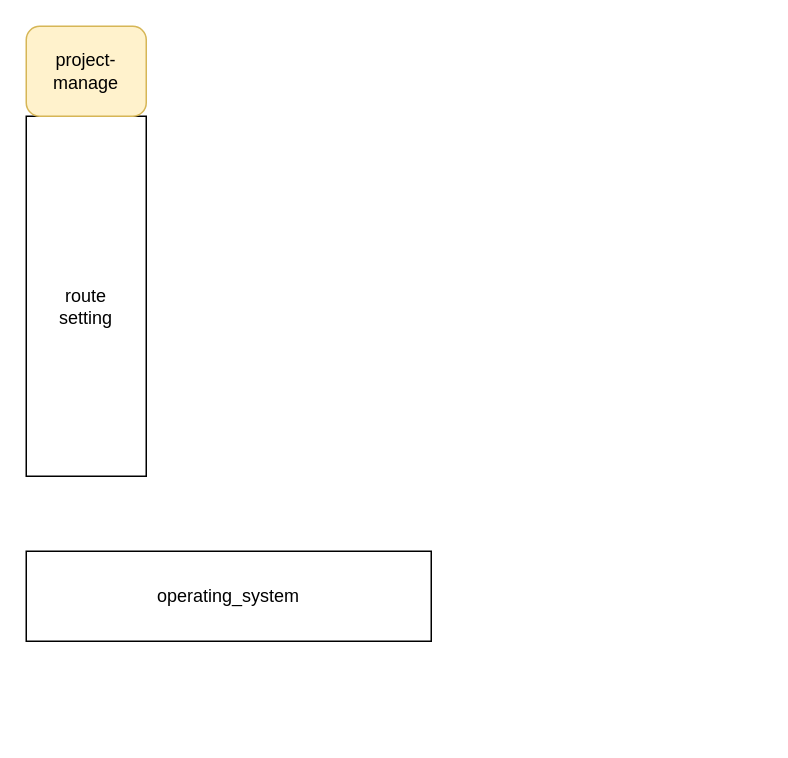
The draw.io diagram application_architecture.drawio in AdenLin1993/Define_and_import_standard_platform-SaaS, before the edit. Source tidied: cells renumbered, new cells numbered last; positions are measured from the earlier drawing's top-left corner, leaving out a move shared by most shapes. Both pictures are drawn from the tidied source at 150%, with x=0, y=0 at pixel (26, 26).
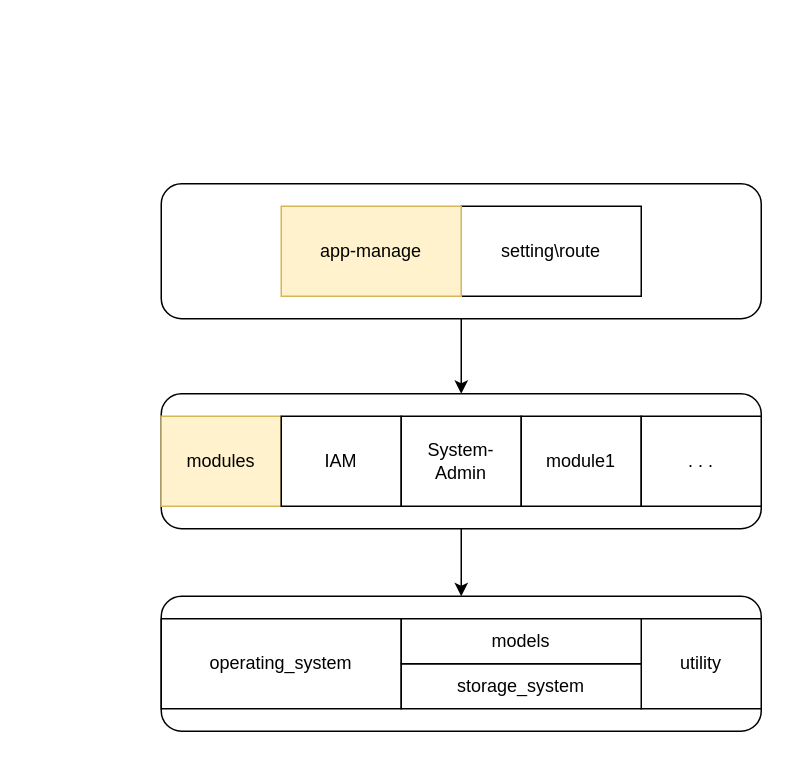
The same diagram, later.

Change to the diagram source:
```diff
@@
+    <mxCell id="5" style="rounded=1;whiteSpace=wrap;html=1;" parent="1" vertex="1">
+      <mxGeometry x="90" y="380" width="400" height="90" as="geometry" />
+    </mxCell>
+    <mxCell id="6" style="edgeStyle=orthogonalEdgeStyle;rounded=0;jettySize=auto;html=1;entryX=0.5;entryY=0;entryDx=0;entryDy=0;" parent="1" edge="1" source="7" target="10">
+      <mxGeometry relative="1" as="geometry" />
+    </mxCell>
+    <mxCell id="7" style="rounded=1;whiteSpace=wrap;html=1;" parent="1" vertex="1">
+      <mxGeometry x="90" y="105" width="400" height="90" as="geometry" />
+    </mxCell>
+    <mxCell id="8" style="group;" parent="1" vertex="1">
+      <mxGeometry x="170" y="120" width="240" height="60" as="geometry" />
+    </mxCell>
-    <mxCell id="2" value="&lt;br&gt;route&lt;br&gt;setting" style="rounded=0;whiteSpace=wrap;html=1;" parent="1" vertex="1">
-      <mxGeometry y="60" width="80" height="240" as="geometry" />
+    <mxCell id="2" value="setting\route" style="rounded=0;whiteSpace=wrap;html=1;" parent="8" vertex="1">
+      <mxGeometry x="120" width="120" height="60" as="geometry" />
     </mxCell>
+    <mxCell id="4" value="app-manage" style="rounded=0;whiteSpace=wrap;html=1;fillColor=#fff2cc;strokeColor=#d6b656;" parent="8" vertex="1">
+      <mxGeometry width="120" height="60" as="geometry" />
+    </mxCell>
+    <mxCell id="9" style="group;" parent="1" vertex="1">
+      <mxGeometry x="90" y="260" width="400" height="75" as="geometry" />
+    </mxCell>
+    <mxCell id="10" style="rounded=1;whiteSpace=wrap;html=1;" parent="9" vertex="1">
+      <mxGeometry y="-15" width="400" height="90" as="geometry" />
+    </mxCell>
+    <mxCell id="11" value="modules" style="rounded=0;whiteSpace=wrap;html=1;fillColor=#fff2cc;strokeColor=#d6b656;" parent="9" vertex="1">
+      <mxGeometry width="80" height="60" as="geometry" />
+    </mxCell>
+    <mxCell id="12" value="IAM" style="rounded=0;whiteSpace=wrap;html=1;" parent="9" vertex="1">
+      <mxGeometry x="80" width="80" height="60" as="geometry" />
+    </mxCell>
+    <mxCell id="13" value="System-Admin" style="rounded=0;whiteSpace=wrap;html=1;" parent="9" vertex="1">
+      <mxGeometry x="160" width="80" height="60" as="geometry" />
+    </mxCell>
+    <mxCell id="14" value="module1" style="rounded=0;whiteSpace=wrap;html=1;" parent="9" vertex="1">
+      <mxGeometry x="240" width="80" height="60" as="geometry" />
+    </mxCell>
+    <mxCell id="15" value=". . ." style="rounded=0;whiteSpace=wrap;html=1;" parent="9" vertex="1">
+      <mxGeometry x="320" width="80" height="60" as="geometry" />
+    </mxCell>
+    <mxCell id="16" style="group;" parent="1" vertex="1">
+      <mxGeometry x="90" y="395" width="400" height="60" as="geometry" />
+    </mxCell>
-    <mxCell id="3" value="operating_system" style="rounded=0;whiteSpace=wrap;html=1;" parent="1" vertex="1">
-      <mxGeometry y="350" width="270" height="60" as="geometry" />
+    <mxCell id="3" value="operating_system" style="rounded=0;whiteSpace=wrap;html=1;" parent="16" vertex="1">
+      <mxGeometry width="160" height="60" as="geometry" />
     </mxCell>
-    <mxCell id="4" value="project-manage" style="rounded=1;whiteSpace=wrap;html=1;fillColor=#fff2cc;strokeColor=#d6b656;" parent="1" vertex="1">
-      <mxGeometry width="80" height="60" as="geometry" />
-    </mxCell>
+    <mxCell id="17" value="utility" style="rounded=0;whiteSpace=wrap;html=1;" parent="16" vertex="1">
+      <mxGeometry x="320" width="80" height="60" as="geometry" />
+    </mxCell>
+    <mxCell id="18" style="group;" parent="16" vertex="1">
+      <mxGeometry x="150" width="170" height="60" as="geometry" />
+    </mxCell>
+    <mxCell id="19" value="storage_system" style="rounded=0;whiteSpace=wrap;html=1;align=center;" parent="18" vertex="1">
+      <mxGeometry x="10" y="30" width="160" height="30" as="geometry" />
+    </mxCell>
+    <mxCell id="20" value="models" style="rounded=0;whiteSpace=wrap;html=1;" parent="18" vertex="1">
+      <mxGeometry x="10" width="160" height="30" as="geometry" />
+    </mxCell>
+    <mxCell id="21" style="edgeStyle=orthogonalEdgeStyle;rounded=0;jettySize=auto;html=1;" parent="1" edge="1" source="10" target="5">
+      <mxGeometry relative="1" as="geometry" />
+    </mxCell>
```
